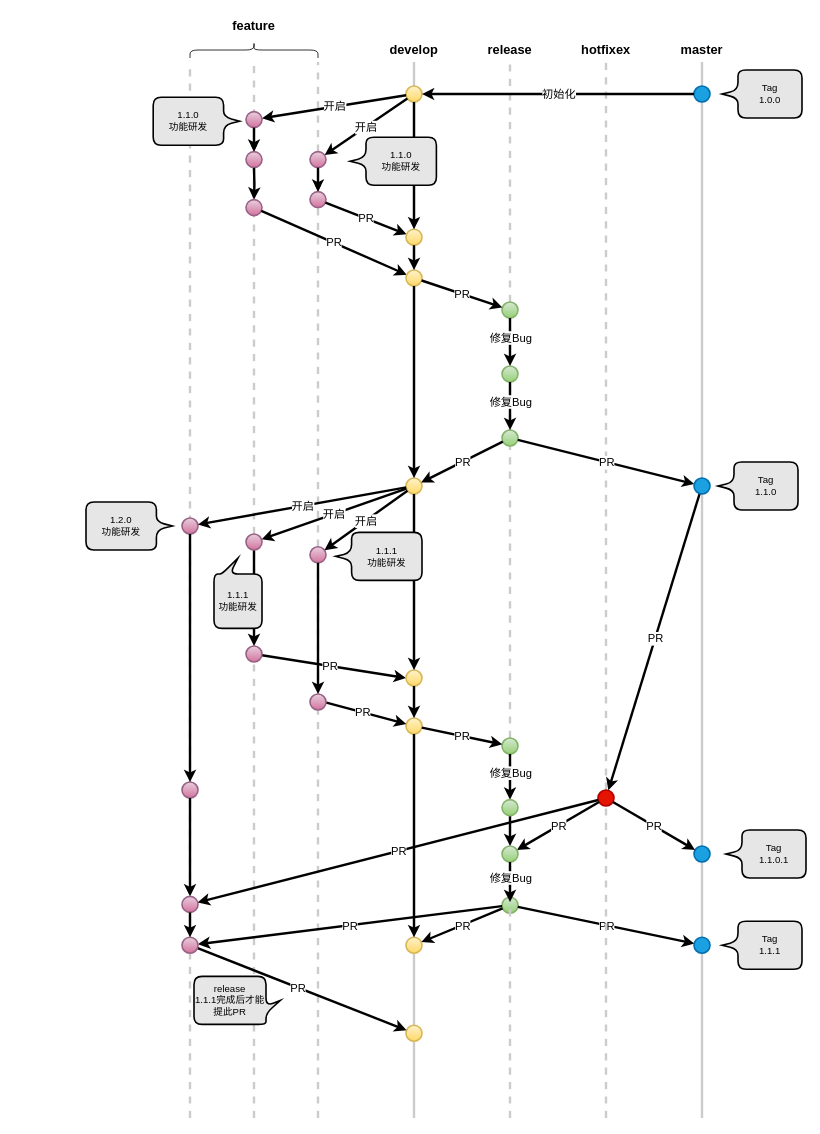
The draw.io diagram gitflow分支管理.drawio in tanhaican/drawio-diagrams, before the edit. Source tidied: cells renumbered, new cells numbered last; positions are measured from the earlier drawing's top-left corner, leaving out a move shared by most shapes. Both pictures are drawn from the tidied source at 80%, with x=0, y=0 at pixel (86, 14).
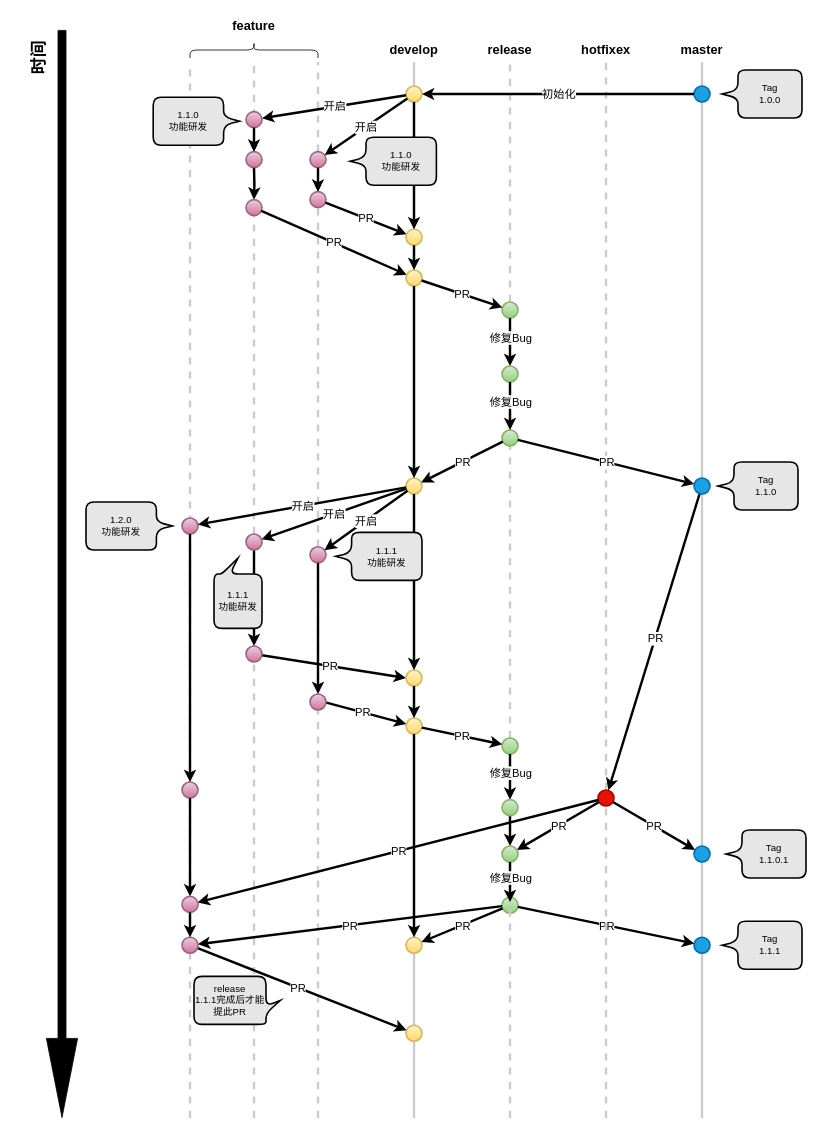
The same page after the edit.

Commit message:
更新gitflow分支管理.drawio

Change to the diagram source:
```diff
@@
+    <mxCell id="150" style="shape=flexArrow;endArrow=classic;html=1;rounded=0;fillColor=#000000;endWidth=28;endSize=32.67;" parent="1" edge="1">
+      <mxGeometry relative="1" as="geometry">
+        <mxPoint x="-30" y="20" as="sourcePoint" />
+        <mxPoint x="-30" y="1380" as="targetPoint" />
+      </mxGeometry>
+    </mxCell>
+    <mxCell id="151" value="时间" style="text;html=1;strokeColor=none;fillColor=none;align=center;verticalAlign=middle;whiteSpace=wrap;rounded=0;horizontal=0;fontSize=21;fontStyle=1;" parent="1" vertex="1">
+      <mxGeometry x="-90" y="20" width="60" height="70" as="geometry" />
+    </mxCell>
```
